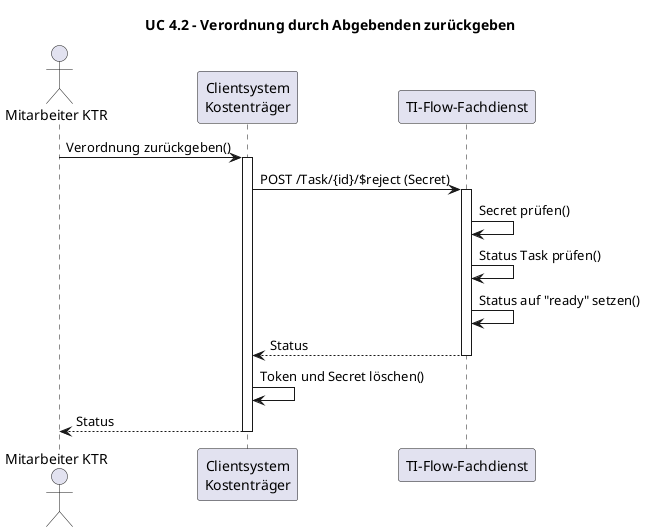
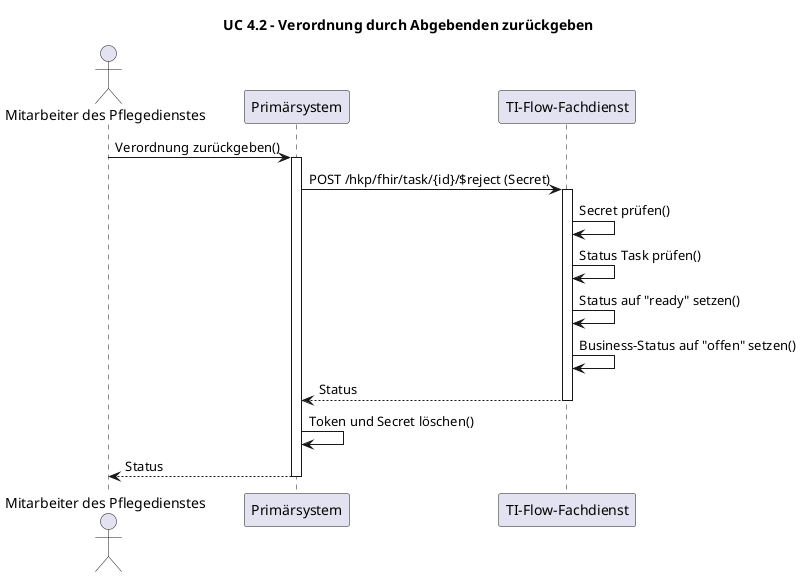
@startuml
title UC 4.2 - Verordnung durch Abgebenden zurückgeben

- actor "Mitarbeiter KTR" as MA
- participant "Clientsystem\nKostenträger" as AVS
+ actor "Mitarbeiter des Pflegedienstes" as MA
+ participant "Primärsystem" as AVS
participant "TI-Flow-Fachdienst" as FD

MA -> AVS: Verordnung zurückgeben()
activate AVS

- AVS -> FD: POST /Task/{id}/$reject (Secret)
+ AVS -> FD: POST /hkp/fhir/task/{id}/$reject (Secret)
activate FD
FD -> FD: Secret prüfen()
FD -> FD: Status Task prüfen()
FD -> FD: Status auf "ready" setzen()
+ FD -> FD: Business-Status auf "offen" setzen()
FD --> AVS: Status
deactivate FD

AVS -> AVS: Token und Secret löschen()
AVS --> MA: Status
deactivate AVS

- @enduml
+ @enduml